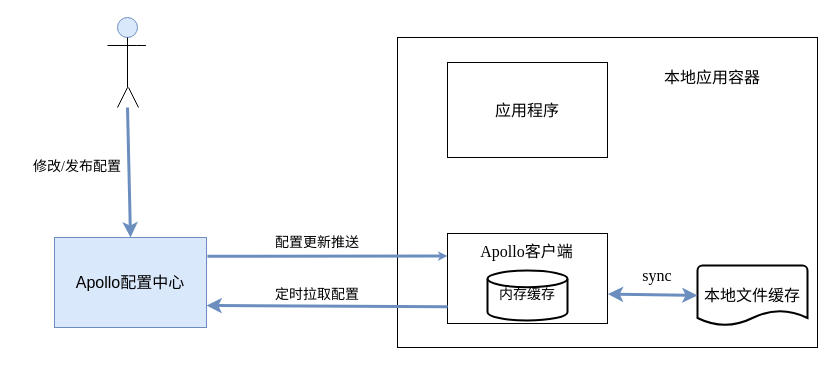
Above: 配置中心/未命名绘图.drawio in Zhengyang550/draw.io (draw.io), before the change. Source tidied: cells renumbered, new cells numbered last; positions are measured from the earlier drawing's top-left corner, leaving out a move shared by most shapes. Both pictures are drawn from the tidied source at 100%, with x=0, y=0 at pixel (17, 17).
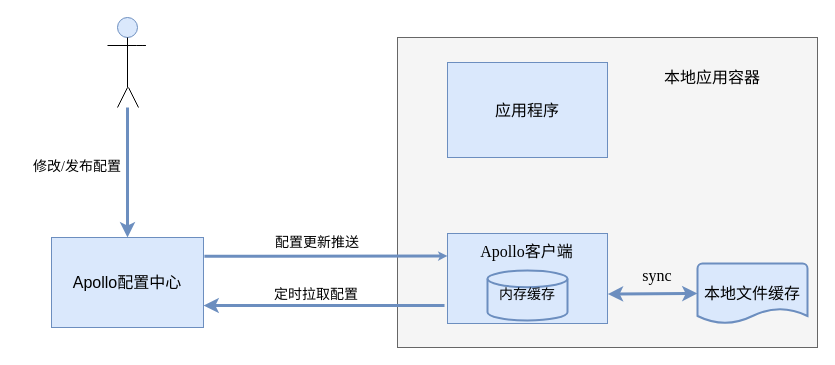
After the change.

Commit message:
更新未命名绘图.drawio

The edit, as a diff of the source:
```diff
@@
     <mxCell id="7" value="&lt;font style=&quot;font-size: 16px&quot;&gt;Apollo配置中心&lt;/font&gt;" style="rounded=0;whiteSpace=wrap;html=1;fontSize=12;fillColor=#dae8fc;strokeColor=#6c8ebf;" parent="1" vertex="1">
-      <mxGeometry x="37" y="220" width="152" height="90" as="geometry" />
+      <mxGeometry x="34" y="220" width="152" height="90" as="geometry" />
     </mxCell>
@@
-    <mxCell id="10" style="rounded=0;whiteSpace=wrap;html=1;fontFamily=Times New Roman;fontSize=12;" parent="1" vertex="1">
+    <mxCell id="10" style="rounded=0;whiteSpace=wrap;html=1;fontFamily=Times New Roman;fontSize=12;fillColor=#f5f5f5;strokeColor=#666666;fontColor=#333333;" parent="1" vertex="1">
       <mxGeometry x="380" y="20" width="420" height="310" as="geometry" />
     </mxCell>
@@
-    <mxCell id="12" value="&lt;font style=&quot;font-size: 16px&quot;&gt;应用程序&lt;/font&gt;" style="rounded=0;whiteSpace=wrap;html=1;fontFamily=Times New Roman;fontSize=12;" parent="1" vertex="1">
+    <mxCell id="12" value="&lt;font style=&quot;font-size: 16px&quot;&gt;应用程序&lt;/font&gt;" style="rounded=0;whiteSpace=wrap;html=1;fontFamily=Times New Roman;fontSize=12;fillColor=#dae8fc;strokeColor=#6c8ebf;" parent="1" vertex="1">
       <mxGeometry x="430" y="45" width="160" height="95" as="geometry" />
     </mxCell>
-    <mxCell id="13" style="rounded=0;whiteSpace=wrap;html=1;fontFamily=Times New Roman;fontSize=12;" parent="1" vertex="1">
+    <mxCell id="13" style="rounded=0;whiteSpace=wrap;html=1;fontFamily=Times New Roman;fontSize=12;fillColor=#dae8fc;strokeColor=#6c8ebf;" parent="1" vertex="1">
       <mxGeometry x="430" y="216" width="160" height="90" as="geometry" />
     </mxCell>
-    <mxCell id="14" value="&lt;font style=&quot;font-size: 16px&quot;&gt;本地文件缓存&lt;/font&gt;" style="strokeWidth=2;html=1;shape=mxgraph.flowchart.document2;whiteSpace=wrap;size=0.25;fontFamily=Times New Roman;fontSize=12;" parent="1" vertex="1">
-      <mxGeometry x="680" y="248" width="110" height="60" as="geometry" />
+    <mxCell id="14" value="&lt;font style=&quot;font-size: 16px&quot;&gt;本地文件缓存&lt;/font&gt;" style="strokeWidth=2;html=1;shape=mxgraph.flowchart.document2;whiteSpace=wrap;size=0.25;fontFamily=Times New Roman;fontSize=12;fillColor=#dae8fc;strokeColor=#6c8ebf;" parent="1" vertex="1">
+      <mxGeometry x="680" y="246" width="110" height="60" as="geometry" />
     </mxCell>
-    <mxCell id="15" value="&lt;font style=&quot;font-size: 14px&quot;&gt;内存缓存&lt;/font&gt;" style="strokeWidth=2;html=1;shape=mxgraph.flowchart.database;whiteSpace=wrap;fontFamily=Times New Roman;fontSize=12;" parent="1" vertex="1">
+    <mxCell id="15" value="&lt;font style=&quot;font-size: 14px&quot;&gt;内存缓存&lt;/font&gt;" style="strokeWidth=2;html=1;shape=mxgraph.flowchart.database;whiteSpace=wrap;fontFamily=Times New Roman;fontSize=12;fillColor=#dae8fc;strokeColor=#6c8ebf;" parent="1" vertex="1">
       <mxGeometry x="470" y="253" width="80" height="50" as="geometry" />
     </mxCell>
@@
-    <mxCell id="20" style="endArrow=classic;html=1;fontFamily=Times New Roman;fontSize=12;strokeWidth=3;exitX=0.001;exitY=0.814;exitDx=0;exitDy=0;fillColor=#dae8fc;strokeColor=#6c8ebf;exitPerimeter=0;" parent="1" edge="1" source="13">
+    <mxCell id="20" style="endArrow=classic;html=1;fontFamily=Times New Roman;fontSize=12;strokeWidth=3;fillColor=#dae8fc;strokeColor=#6c8ebf;" parent="1" edge="1">
       <mxGeometry relative="1" as="geometry">
-        <mxPoint x="189" y="288" as="targetPoint" />
+        <mxPoint x="427" y="288" as="sourcePoint" />
+        <mxPoint x="186" y="288" as="targetPoint" />
+        <Array as="points">
+          <mxPoint x="186" y="288" />
+        </Array>
       </mxGeometry>
     </mxCell>
@@
     <mxCell id="22" value="&lt;font style=&quot;font-size: 14px&quot;&gt;定时拉取配置&lt;/font&gt;" style="text;html=1;strokeColor=none;fillColor=none;align=center;verticalAlign=middle;whiteSpace=wrap;rounded=0;fontSize=12;fontFamily=Times New Roman;" parent="1" vertex="1">
-      <mxGeometry x="240" y="268" width="120" height="20" as="geometry" />
+      <mxGeometry x="239" y="268" width="120" height="20" as="geometry" />
     </mxCell>
```
